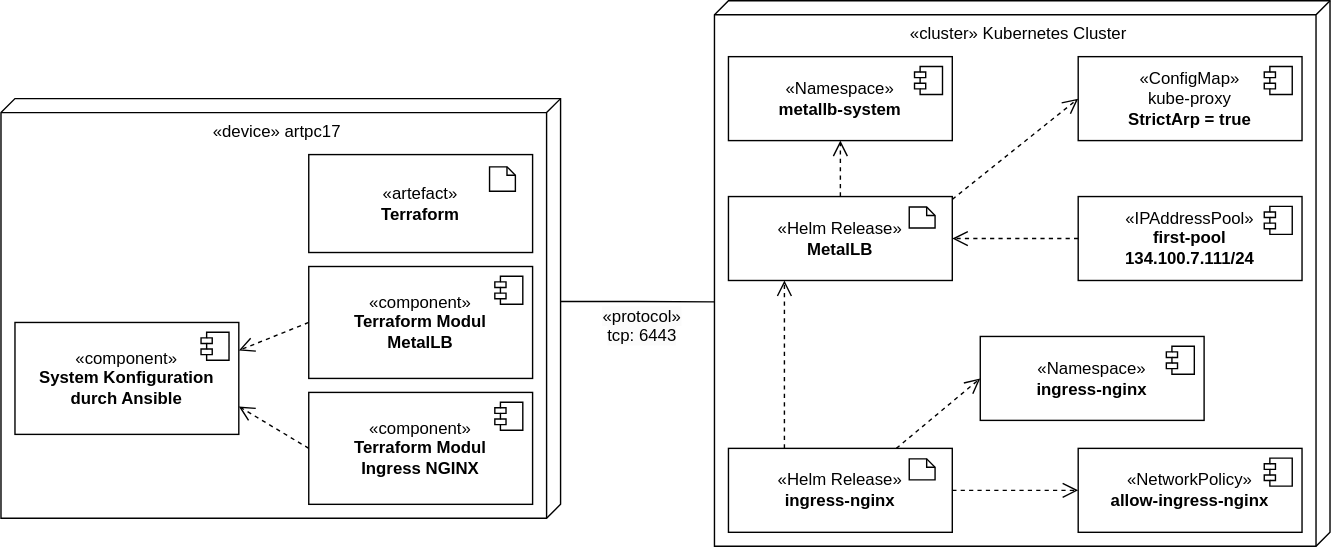
Above: uni-bsc/dd-routing.drawio.svg in pogii123/drawio-charts (draw.io), before the change. Source tidied: cells renumbered, new cells last; positions are measured from the earlier drawing's top-left corner, leaving out a move shared by most shapes.
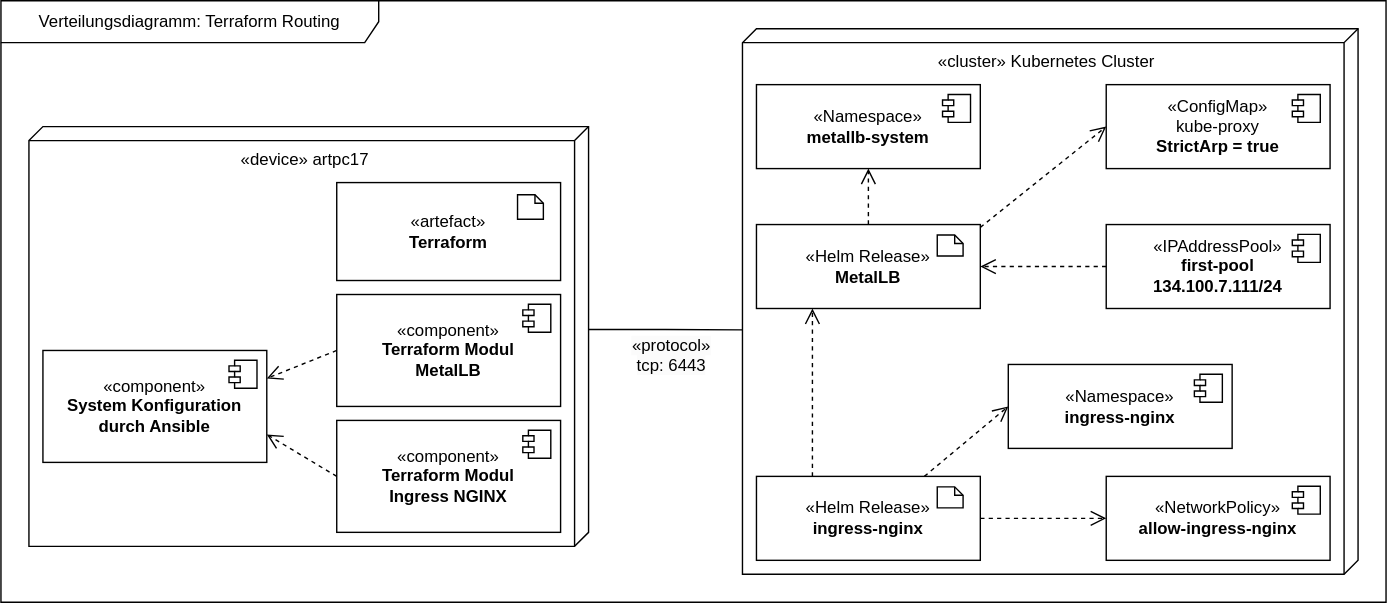
The same file after the commit.

The edit, as a diff of the source:
```diff
@@ -133,5 +133,8 @@
     <mxCell id="38" style="rounded=0;jettySize=auto;html=1;exitX=1;exitY=0.5;exitDx=0;exitDy=0;entryX=0;entryY=0.5;entryDx=0;entryDy=0;dashed=1;endArrow=open;endFill=0;strokeWidth=1;endSize=9;startSize=6;" parent="1" edge="1" source="31" target="28">
       <mxGeometry relative="1" as="geometry" />
     </mxCell>
+    <mxCell id="39" value="Verteilungsdiagramm: Terraform Routing" style="shape=umlFrame;whiteSpace=wrap;html=1;width=270;height=30;" parent="1" vertex="1">
+      <mxGeometry x="-20" y="-20" width="990" height="430" as="geometry" />
+    </mxCell>
   </root>
 </mxGraphModel>
```
